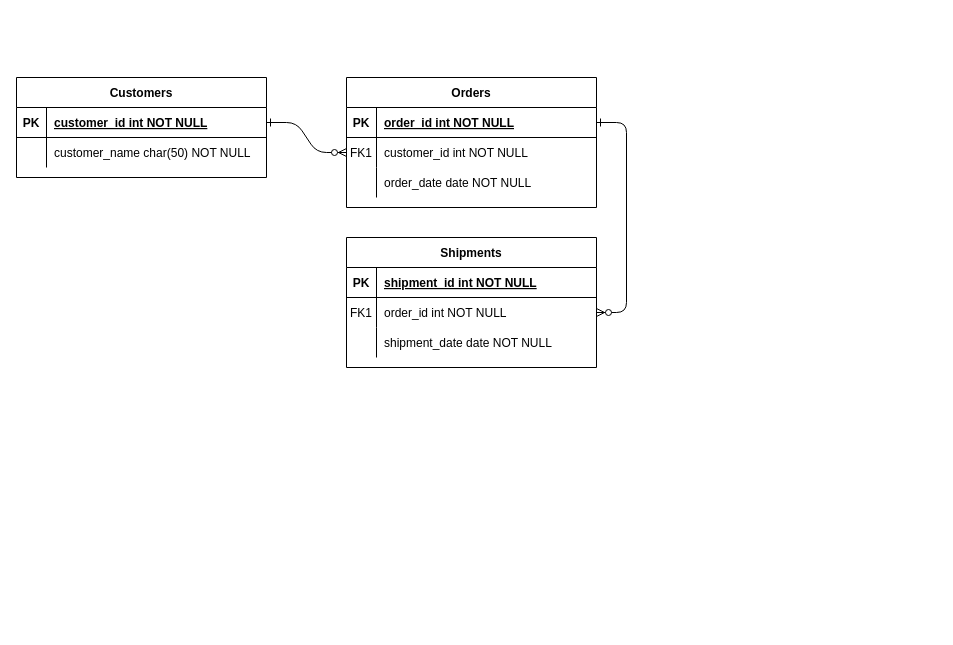
Before: Диаграмма без названия.drawio in psihioga/Sendsay_test_exercise, a draw.io diagram. Source tidied: cells renumbered, new cells numbered last; positions are measured from the earlier drawing's top-left corner, leaving out a move shared by most shapes. Both pictures are drawn from the tidied source at 100%, with x=0, y=0 at pixel (16, 77).
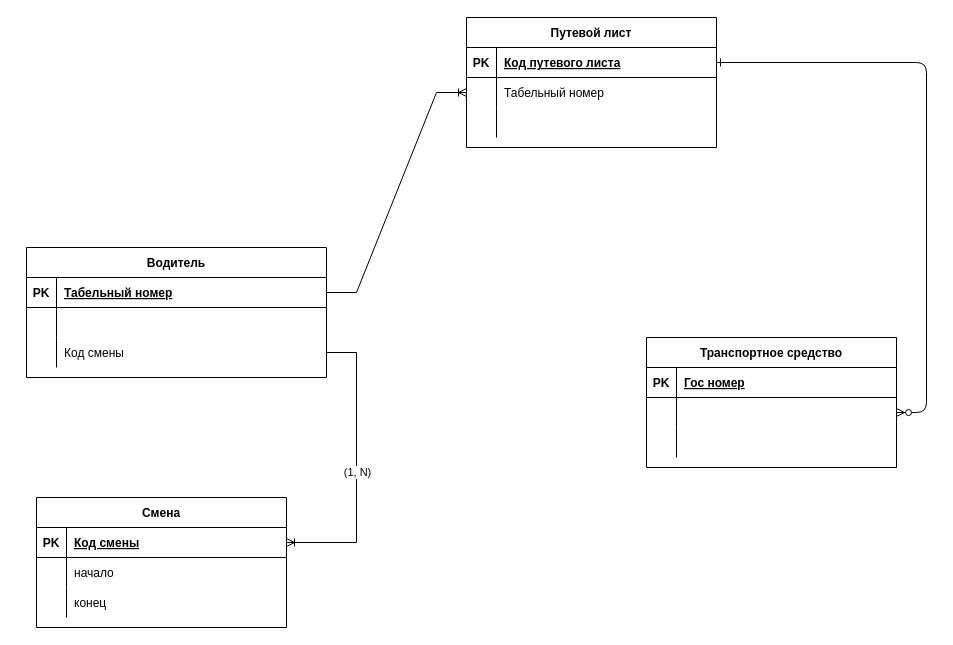
The same page after the edit.

Unchanged cells that the change refers to:
```xml
<mxCell id="5" style="shape=partialRectangle;fillColor=none;points=[[0,0.5],[1,0.5]];portConstraint=eastwest;top=0;left=0;right=0;bottom=1;" parent="4" vertex="1">
  <mxGeometry y="30" width="250" height="30" as="geometry" />
</mxCell>
<mxCell id="8" style="shape=partialRectangle;fillColor=none;points=[[0,0.5],[1,0.5]];portConstraint=eastwest;top=0;left=0;right=0;bottom=0;" parent="4" vertex="1">
  <mxGeometry y="60" width="250" height="30" as="geometry" />
</mxCell>
<mxCell id="11" style="shape=partialRectangle;fillColor=none;top=0;left=0;right=0;bottom=0;" parent="4" vertex="1">
  <mxGeometry y="90" width="250" height="30" as="geometry" />
</mxCell>
<mxCell id="15" style="shape=partialRectangle;fillColor=none;top=0;left=0;right=0;bottom=1;" parent="14" vertex="1">
  <mxGeometry y="30" width="250" height="30" as="geometry" />
</mxCell>
<mxCell id="18" style="shape=partialRectangle;fillColor=none;points=[[0,0.5],[1,0.5]];portConstraint=eastwest;top=0;left=0;right=0;bottom=0;" parent="14" vertex="1">
  <mxGeometry y="60" width="250" height="30" as="geometry" />
</mxCell>
<mxCell id="21" style="shape=partialRectangle;fillColor=none;top=0;left=0;right=0;bottom=0;" parent="14" vertex="1">
  <mxGeometry y="90" width="250" height="30" as="geometry" />
</mxCell>
```

The edit, as a diff of the source:
```diff
@@
-    <mxCell id="2" style="edgeStyle=entityRelationEdgeStyle;endArrow=ERzeroToMany;startArrow=ERone;endFill=1;startFill=0;" parent="1" edge="1" source="25" target="8">
-      <mxGeometry relative="1" as="geometry" />
-    </mxCell>
@@
-    <mxCell id="4" value="Orders" style="shape=table;startSize=30;childLayout=tableLayout;rowLines=0;fontStyle=1;align=center;" parent="1" vertex="1">
-      <mxGeometry x="330" width="250" height="130" as="geometry" />
+    <mxCell id="4" value="Путевой лист" style="shape=table;startSize=30;childLayout=tableLayout;rowLines=0;fontStyle=1;align=center;" parent="1" vertex="1">
+      <mxGeometry x="450" y="-60" width="250" height="130" as="geometry" />
     </mxCell>
@@
-    <mxCell id="7" value="order_id int NOT NULL " style="shape=partialRectangle;overflow=hidden;fillColor=none;top=0;left=0;bottom=0;right=0;align=left;spacingLeft=6;fontStyle=5;" parent="5" vertex="1">
+    <mxCell id="7" value="Код путевого листа" style="shape=partialRectangle;overflow=hidden;fillColor=none;top=0;left=0;bottom=0;right=0;align=left;spacingLeft=6;fontStyle=5;" parent="5" vertex="1">
       <mxGeometry x="30" width="220" height="30" as="geometry" />
     </mxCell>
@@
-    <mxCell id="9" value="FK1" style="shape=partialRectangle;overflow=hidden;fillColor=none;top=0;left=0;bottom=0;right=0;" parent="8" vertex="1">
+    <mxCell id="9" style="shape=partialRectangle;overflow=hidden;fillColor=none;top=0;left=0;bottom=0;right=0;" parent="8" vertex="1">
       <mxGeometry width="30" height="30" as="geometry" />
     </mxCell>
-    <mxCell id="10" value="customer_id int NOT NULL" style="shape=partialRectangle;overflow=hidden;fillColor=none;top=0;left=0;bottom=0;right=0;align=left;spacingLeft=6;" parent="8" vertex="1">
+    <mxCell id="10" value="Табельный номер" style="shape=partialRectangle;overflow=hidden;fillColor=none;top=0;left=0;bottom=0;right=0;align=left;spacingLeft=6;" parent="8" vertex="1">
       <mxGeometry x="30" width="220" height="30" as="geometry" />
     </mxCell>
@@
-    <mxCell id="13" value="order_date date NOT NULL" style="shape=partialRectangle;overflow=hidden;fillColor=none;top=0;left=0;bottom=0;right=0;align=left;spacingLeft=6;" parent="11" vertex="1">
+    <mxCell id="13" style="shape=partialRectangle;overflow=hidden;fillColor=none;top=0;left=0;bottom=0;right=0;align=left;spacingLeft=6;" parent="11" vertex="1">
       <mxGeometry x="30" width="220" height="30" as="geometry" />
     </mxCell>
-    <mxCell id="14" value="Shipments" style="shape=table;startSize=30;childLayout=tableLayout;rowLines=0;fontStyle=1;align=center;" parent="1" vertex="1">
-      <mxGeometry x="330" y="160" width="250" height="130" as="geometry" />
+    <mxCell id="14" value="Транспортное средство" style="shape=table;startSize=30;childLayout=tableLayout;rowLines=0;fontStyle=1;align=center;" parent="1" vertex="1">
+      <mxGeometry x="630" y="260" width="250" height="130" as="geometry" />
     </mxCell>
@@
-    <mxCell id="17" value="shipment_id int NOT NULL " style="shape=partialRectangle;overflow=hidden;fillColor=none;top=0;left=0;bottom=0;right=0;align=left;spacingLeft=6;fontStyle=5;" parent="15" vertex="1">
+    <mxCell id="17" value="Гос номер" style="shape=partialRectangle;overflow=hidden;fillColor=none;top=0;left=0;bottom=0;right=0;align=left;spacingLeft=6;fontStyle=5;" parent="15" vertex="1">
       <mxGeometry x="30" width="220" height="30" as="geometry" />
     </mxCell>
@@
-    <mxCell id="19" value="FK1" style="shape=partialRectangle;overflow=hidden;fillColor=none;top=0;left=0;bottom=0;right=0;" parent="18" vertex="1">
+    <mxCell id="19" style="shape=partialRectangle;overflow=hidden;fillColor=none;top=0;left=0;bottom=0;right=0;" parent="18" vertex="1">
       <mxGeometry width="30" height="30" as="geometry" />
     </mxCell>
-    <mxCell id="20" value="order_id int NOT NULL" style="shape=partialRectangle;overflow=hidden;fillColor=none;top=0;left=0;bottom=0;right=0;align=left;spacingLeft=6;" parent="18" vertex="1">
+    <mxCell id="20" style="shape=partialRectangle;overflow=hidden;fillColor=none;top=0;left=0;bottom=0;right=0;align=left;spacingLeft=6;" parent="18" vertex="1">
       <mxGeometry x="30" width="220" height="30" as="geometry" />
     </mxCell>
@@
-    <mxCell id="23" value="shipment_date date NOT NULL" style="shape=partialRectangle;overflow=hidden;fillColor=none;top=0;left=0;bottom=0;right=0;align=left;spacingLeft=6;" parent="21" vertex="1">
+    <mxCell id="23" style="shape=partialRectangle;overflow=hidden;fillColor=none;top=0;left=0;bottom=0;right=0;align=left;spacingLeft=6;" parent="21" vertex="1">
       <mxGeometry x="30" width="220" height="30" as="geometry" />
     </mxCell>
-    <mxCell id="24" value="Customers" style="shape=table;startSize=30;childLayout=tableLayout;rowLines=0;fontStyle=1;align=center;" parent="1" vertex="1">
-      <mxGeometry width="250" height="100" as="geometry" />
+    <mxCell id="24" value="Водитель" style="shape=table;startSize=30;childLayout=tableLayout;rowLines=0;fontStyle=1;align=center;" parent="1" vertex="1">
+      <mxGeometry x="10" y="170" width="300" height="130" as="geometry" />
     </mxCell>
     <mxCell id="25" style="shape=partialRectangle;fillColor=none;points=[[0,0.5],[1,0.5]];portConstraint=eastwest;top=0;left=0;right=0;bottom=1;" parent="24" vertex="1">
-      <mxGeometry y="30" width="250" height="30" as="geometry" />
+      <mxGeometry y="30" width="300" height="30" as="geometry" />
     </mxCell>
@@
-    <mxCell id="27" value="customer_id int NOT NULL " style="shape=partialRectangle;overflow=hidden;fillColor=none;top=0;left=0;bottom=0;right=0;align=left;spacingLeft=6;fontStyle=5;" parent="25" vertex="1">
-      <mxGeometry x="30" width="220" height="30" as="geometry" />
+    <mxCell id="27" value="Табельный номер" style="shape=partialRectangle;overflow=hidden;fillColor=none;top=0;left=0;bottom=0;right=0;align=left;spacingLeft=6;fontStyle=5;" parent="25" vertex="1">
+      <mxGeometry x="30" width="270" height="30" as="geometry" />
     </mxCell>
     <mxCell id="28" style="shape=partialRectangle;fillColor=none;top=0;left=0;right=0;bottom=0;" parent="24" vertex="1">
-      <mxGeometry y="60" width="250" height="30" as="geometry" />
+      <mxGeometry y="60" width="300" height="30" as="geometry" />
     </mxCell>
@@
-    <mxCell id="30" value="customer_name char(50) NOT NULL" style="shape=partialRectangle;overflow=hidden;fillColor=none;top=0;left=0;bottom=0;right=0;align=left;spacingLeft=6;" parent="28" vertex="1">
-      <mxGeometry x="30" width="220" height="30" as="geometry" />
+    <mxCell id="30" style="shape=partialRectangle;overflow=hidden;fillColor=none;top=0;left=0;bottom=0;right=0;align=left;spacingLeft=6;" parent="28" vertex="1">
+      <mxGeometry x="30" width="270" height="30" as="geometry" />
     </mxCell>
+    <mxCell id="31" style="shape=partialRectangle;fillColor=none;points=[[0,0.5],[1,0.5]];portConstraint=eastwest;top=0;left=0;right=0;bottom=0;" parent="24" vertex="1">
+      <mxGeometry y="90" width="300" height="30" as="geometry" />
+    </mxCell>
+    <mxCell id="32" style="shape=partialRectangle;overflow=hidden;fillColor=none;top=0;left=0;bottom=0;right=0;" parent="31" vertex="1">
+      <mxGeometry width="30" height="30" as="geometry" />
+    </mxCell>
+    <mxCell id="33" value="Код смены" style="shape=partialRectangle;overflow=hidden;fillColor=none;top=0;left=0;bottom=0;right=0;align=left;spacingLeft=6;" parent="31" vertex="1">
+      <mxGeometry x="30" width="270" height="30" as="geometry" />
+    </mxCell>
+    <mxCell id="34" value="Смена" style="shape=table;startSize=30;childLayout=tableLayout;rowLines=0;fontStyle=1;align=center;" parent="1" vertex="1">
+      <mxGeometry x="20" y="420" width="250" height="130" as="geometry" />
+    </mxCell>
+    <mxCell id="35" style="shape=partialRectangle;fillColor=none;points=[[0,0.5],[1,0.5]];portConstraint=eastwest;top=0;left=0;right=0;bottom=1;" parent="34" vertex="1">
+      <mxGeometry y="30" width="250" height="30" as="geometry" />
+    </mxCell>
+    <mxCell id="36" value="PK" style="shape=partialRectangle;overflow=hidden;fillColor=none;top=0;left=0;bottom=0;right=0;fontStyle=1;" parent="35" vertex="1">
+      <mxGeometry width="30" height="30" as="geometry" />
+    </mxCell>
+    <mxCell id="37" value="Код смены" style="shape=partialRectangle;overflow=hidden;fillColor=none;top=0;left=0;bottom=0;right=0;align=left;spacingLeft=6;fontStyle=5;" parent="35" vertex="1">
+      <mxGeometry x="30" width="220" height="30" as="geometry" />
+    </mxCell>
+    <mxCell id="38" style="shape=partialRectangle;fillColor=none;top=0;left=0;right=0;bottom=0;" parent="34" vertex="1">
+      <mxGeometry y="60" width="250" height="30" as="geometry" />
+    </mxCell>
+    <mxCell id="39" style="shape=partialRectangle;overflow=hidden;fillColor=none;top=0;left=0;bottom=0;right=0;" parent="38" vertex="1">
+      <mxGeometry width="30" height="30" as="geometry" />
+    </mxCell>
+    <mxCell id="40" value="начало   " style="shape=partialRectangle;overflow=hidden;fillColor=none;top=0;left=0;bottom=0;right=0;align=left;spacingLeft=6;" parent="38" vertex="1">
+      <mxGeometry x="30" width="220" height="30" as="geometry" />
+    </mxCell>
+    <mxCell id="41" style="shape=partialRectangle;fillColor=none;top=0;left=0;right=0;bottom=0;" parent="34" vertex="1">
+      <mxGeometry y="90" width="250" height="30" as="geometry" />
+    </mxCell>
+    <mxCell id="42" style="shape=partialRectangle;overflow=hidden;fillColor=none;top=0;left=0;bottom=0;right=0;" parent="41" vertex="1">
+      <mxGeometry width="30" height="30" as="geometry" />
+    </mxCell>
+    <mxCell id="43" value="конец" style="shape=partialRectangle;overflow=hidden;fillColor=none;top=0;left=0;bottom=0;right=0;align=left;spacingLeft=6;" parent="41" vertex="1">
+      <mxGeometry x="30" width="220" height="30" as="geometry" />
+    </mxCell>
+    <mxCell id="44" style="edgeStyle=entityRelationEdgeStyle;fontSize=12;html=1;endArrow=ERoneToMany;rounded=0;jumpStyle=none;" parent="1" edge="1" source="31" target="35">
+      <mxGeometry relative="1" as="geometry" />
+    </mxCell>
+    <mxCell id="45" value="(1, N)" style="edgeLabel;html=1;align=center;verticalAlign=middle;" parent="44" vertex="1">
+      <mxGeometry x="0.03" relative="1" as="geometry" />
+    </mxCell>
+    <mxCell id="2" style="edgeStyle=entityRelationEdgeStyle;fontSize=12;html=1;endArrow=ERoneToMany;rounded=0;" parent="1" edge="1" source="25" target="8">
+      <mxGeometry relative="1" as="geometry" />
+    </mxCell>
```
